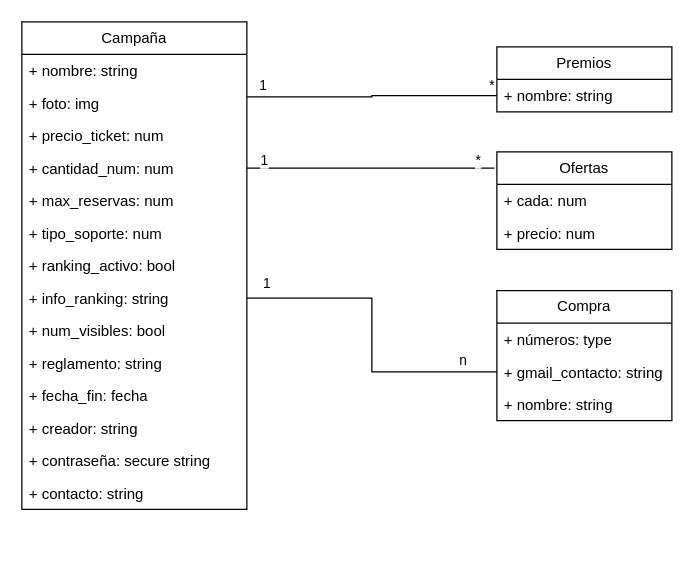
Above: BackEnd.drawio in david-fm/rifa (draw.io), before the change. Source tidied: cells renumbered, new cells numbered last; positions are measured from the earlier drawing's top-left corner, leaving out a move shared by most shapes. Both pictures are drawn from the tidied source at 125%, with x=0, y=0 at pixel (21, 21).
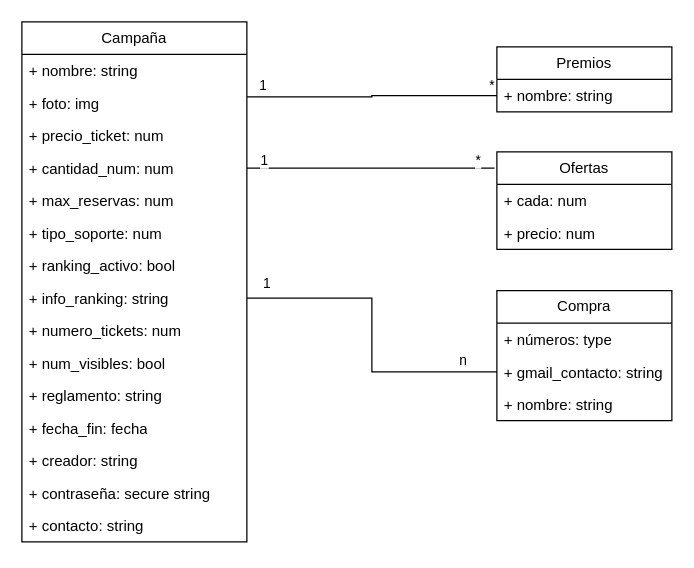
After the change.

Diff of the diagram source:
```diff
@@
     <mxCell id="2" value="Campaña" style="swimlane;fontStyle=0;horizontal=1;startSize=26;fillColor=none;whiteSpace=wrap;html=1;" parent="1" vertex="1">
-      <mxGeometry width="180" height="390" as="geometry" />
+      <mxGeometry width="180" height="416" as="geometry" />
     </mxCell>
@@
+    <mxCell id="35" value="+ numero_tickets: num" style="text;strokeColor=none;fillColor=none;align=left;verticalAlign=top;spacingLeft=4;spacingRight=4;overflow=hidden;whiteSpace=wrap;html=1;" parent="2" vertex="1">
+      <mxGeometry y="234" width="180" height="26" as="geometry" />
+    </mxCell>
     <mxCell id="11" value="+ num_visibles: bool" style="text;strokeColor=none;fillColor=none;align=left;verticalAlign=top;spacingLeft=4;spacingRight=4;overflow=hidden;whiteSpace=wrap;html=1;" parent="2" vertex="1">
-      <mxGeometry y="234" width="180" height="26" as="geometry" />
+      <mxGeometry y="260" width="180" height="26" as="geometry" />
     </mxCell>
     <mxCell id="12" value="+ reglamento: string" style="text;strokeColor=none;fillColor=none;align=left;verticalAlign=top;spacingLeft=4;spacingRight=4;overflow=hidden;whiteSpace=wrap;html=1;" parent="2" vertex="1">
-      <mxGeometry y="260" width="180" height="26" as="geometry" />
+      <mxGeometry y="286" width="180" height="26" as="geometry" />
     </mxCell>
     <mxCell id="13" value="+ fecha_fin: fecha" style="text;strokeColor=none;fillColor=none;align=left;verticalAlign=top;spacingLeft=4;spacingRight=4;overflow=hidden;whiteSpace=wrap;html=1;" parent="2" vertex="1">
-      <mxGeometry y="286" width="180" height="26" as="geometry" />
+      <mxGeometry y="312" width="180" height="26" as="geometry" />
     </mxCell>
     <mxCell id="14" value="+ creador: string" style="text;strokeColor=none;fillColor=none;align=left;verticalAlign=top;spacingLeft=4;spacingRight=4;overflow=hidden;whiteSpace=wrap;html=1;" parent="2" vertex="1">
-      <mxGeometry y="312" width="180" height="26" as="geometry" />
+      <mxGeometry y="338" width="180" height="26" as="geometry" />
     </mxCell>
     <mxCell id="15" value="+ contraseña: secure string" style="text;strokeColor=none;fillColor=none;align=left;verticalAlign=top;spacingLeft=4;spacingRight=4;overflow=hidden;whiteSpace=wrap;html=1;" parent="2" vertex="1">
-      <mxGeometry y="338" width="180" height="26" as="geometry" />
+      <mxGeometry y="364" width="180" height="26" as="geometry" />
     </mxCell>
     <mxCell id="16" value="+ contacto: string" style="text;strokeColor=none;fillColor=none;align=left;verticalAlign=top;spacingLeft=4;spacingRight=4;overflow=hidden;whiteSpace=wrap;html=1;" parent="2" vertex="1">
-      <mxGeometry y="364" width="180" height="26" as="geometry" />
+      <mxGeometry y="390" width="180" height="26" as="geometry" />
     </mxCell>
```
